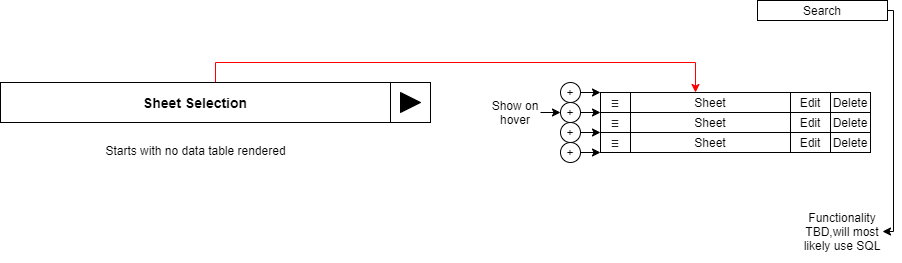
nrose5/Inventory-Project keeps this draw.io diagram as Planning/Home Page Layout.png. Above is the earlier version. Source tidied: cells renumbered, new cells last; positions are measured from the earlier drawing's top-left corner, leaving out a move shared by most shapes.
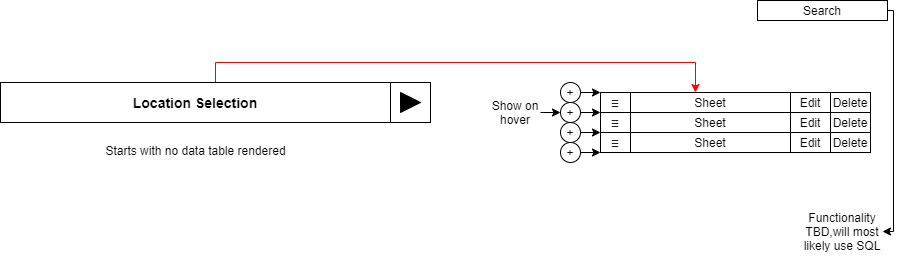
The same diagram one commit later.

Commit message:
Select location dropdown fully functional in a single instance, no mobile support and needs file-reading for a more permanent solution

Diff of the diagram source:
```diff
@@ -11,7 +11,7 @@
         </Array>
       </mxGeometry>
     </mxCell>
-    <mxCell id="3" value="Sheet Selection" style="rounded=0;whiteSpace=wrap;html=1;fontSize=14;fontStyle=1;" parent="1" vertex="1">
+    <mxCell id="3" value="Location Selection" style="rounded=0;whiteSpace=wrap;html=1;fontSize=14;fontStyle=1;" parent="1" vertex="1">
       <mxGeometry y="82" width="390" height="40" as="geometry" />
     </mxCell>
     <mxCell id="4" value="Edit" style="rounded=0;whiteSpace=wrap;html=1;" parent="1" vertex="1">
```
